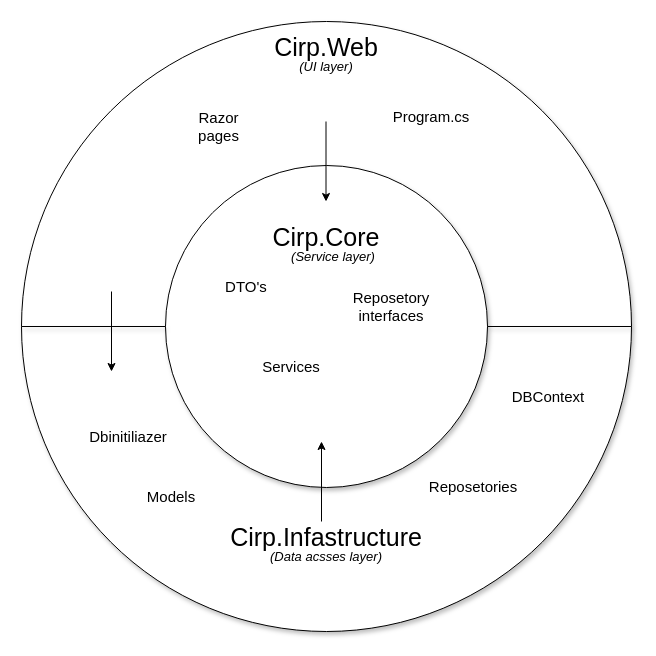
This is docs/models/Onion/OnionModel.drawio from ITU-BDSA2024-GROUP10/Chirp, a draw.io file, before an edit. Source tidied: cells renumbered, new cells numbered last; positions are measured from the earlier drawing's top-left corner, leaving out a move shared by most shapes. Both pictures are drawn from the tidied source at 100%, with x=0, y=0 at pixel (21, 21).
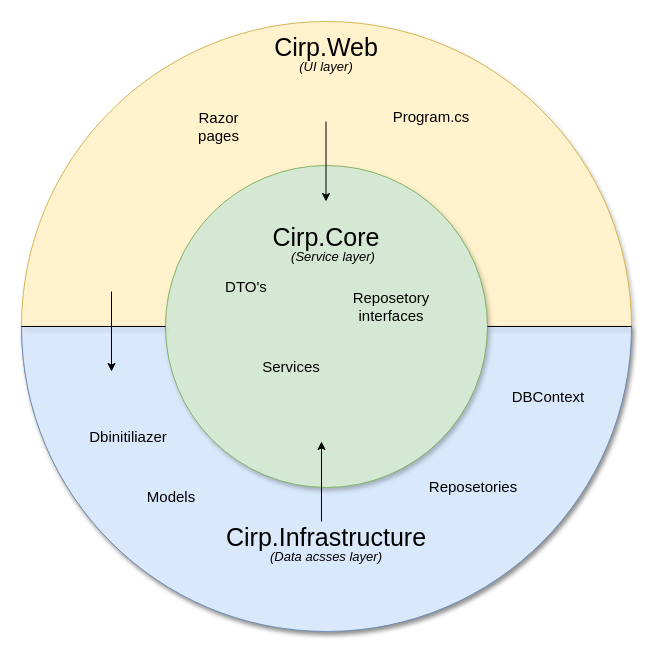
After the change.

Commit message (it also covers changes not shown here):
Updated onion diagram

Gave it color, and fixed a spelling error

What changed in the source:
```diff
@@
-    <mxCell id="2" style="ellipse;whiteSpace=wrap;html=1;shadow=1;" parent="1" vertex="1">
+    <mxCell id="2" style="ellipse;whiteSpace=wrap;html=1;shadow=1;fillColor=#fff2cc;strokeColor=#d6b656;" parent="1" vertex="1">
       <mxGeometry width="610" height="610" as="geometry" />
     </mxCell>
+    <mxCell id="24" style="verticalLabelPosition=bottom;verticalAlign=top;html=1;shape=mxgraph.basic.half_circle;fillColor=#dae8fc;strokeColor=#6c8ebf;shadow=1;" parent="1" vertex="1">
+      <mxGeometry y="305" width="610" height="305" as="geometry" />
+    </mxCell>
-    <mxCell id="3" style="ellipse;whiteSpace=wrap;html=1;rotation=0;shadow=1;" parent="1" vertex="1">
+    <mxCell id="3" style="ellipse;whiteSpace=wrap;html=1;rotation=0;shadow=1;fillColor=#d5e8d4;strokeColor=#82b366;" parent="1" vertex="1">
       <mxGeometry x="144" y="144" width="322" height="322" as="geometry" />
     </mxCell>
@@
-    <mxCell id="6" value="&lt;font style=&quot;font-size: 25px;&quot;&gt;Cirp.Infastructure&lt;/font&gt;" style="text;html=1;align=center;verticalAlign=middle;whiteSpace=wrap;rounded=0;" parent="1" vertex="1">
+    <mxCell id="6" value="&lt;font style=&quot;font-size: 25px;&quot;&gt;Cirp.Infrastructure&lt;/font&gt;" style="text;html=1;align=center;verticalAlign=middle;whiteSpace=wrap;rounded=0;" parent="1" vertex="1">
       <mxGeometry x="195" y="500" width="220" height="30" as="geometry" />
     </mxCell>
```
